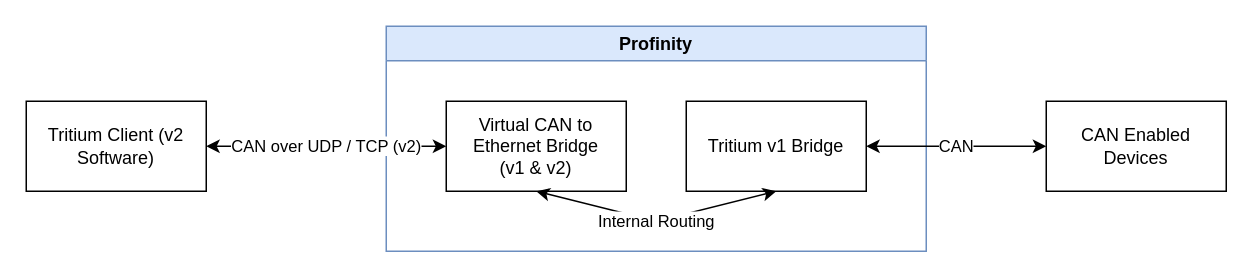
Earlier version of the draw.io diagram page "v1 to v2" (2 of 4) of assets/drawings/Virtual Adapter.drawio (Prohelion/prohelion.github.io). Source tidied: cells renumbered, new cells numbered last; positions are measured from the earlier drawing's top-left corner, leaving out a move shared by most shapes. Both pictures are drawn from the tidied source at 150%, with x=0, y=0 at pixel (26, 26).
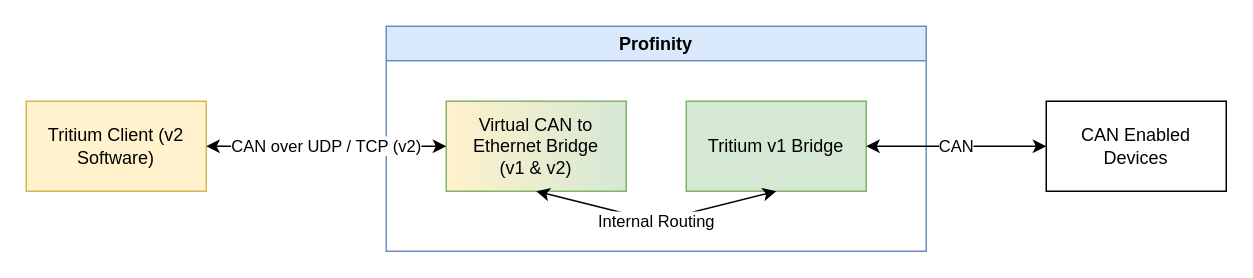
The same page after the edit.

Change to the diagram source:
```diff
@@
 <mxGraphModel>
   <root>
     <mxCell id="0" />
     <mxCell id="1" parent="0" />
     <mxCell id="2" value="Profinity" style="swimlane;fillColor=#dae8fc;strokeColor=#6c8ebf;rounded=0;" parent="1" vertex="1">
       <mxGeometry x="240" width="360" height="150" as="geometry" />
     </mxCell>
-    <mxCell id="3" value="Virtual CAN to Ethernet Bridge &lt;br&gt;(v1 &amp;amp; v2)" style="rounded=0;whiteSpace=wrap;html=1;" parent="2" vertex="1">
+    <mxCell id="3" value="Virtual CAN to Ethernet Bridge &lt;br&gt;(v1 &amp;amp; v2)" style="rounded=0;whiteSpace=wrap;html=1;gradientDirection=east;fillColor=#FFF2CC;strokeColor=#82b366;gradientColor=#D5E8D4;" parent="2" vertex="1">
       <mxGeometry x="40" y="50" width="120" height="60" as="geometry" />
     </mxCell>
-    <mxCell id="4" value="Tritium v1 Bridge" style="rounded=0;whiteSpace=wrap;html=1;" parent="2" vertex="1">
+    <mxCell id="4" value="Tritium v1 Bridge" style="rounded=0;whiteSpace=wrap;html=1;fillColor=#d5e8d4;strokeColor=#82b366;" parent="2" vertex="1">
       <mxGeometry x="200" y="50" width="120" height="60" as="geometry" />
     </mxCell>
     <mxCell id="5" value="Internal Routing" style="endArrow=classic;startArrow=classic;html=1;rounded=0;entryX=0.5;entryY=1;entryDx=0;entryDy=0;exitX=0.5;exitY=1;exitDx=0;exitDy=0;" parent="2" edge="1" source="3" target="4">
       <mxGeometry relative="1" as="geometry">
         <Array as="points">
           <mxPoint x="180" y="130" />
         </Array>
       </mxGeometry>
     </mxCell>
     <mxCell id="6" value="CAN Enabled Devices" style="rounded=0;whiteSpace=wrap;html=1;" parent="1" vertex="1">
       <mxGeometry x="680" y="50" width="120" height="60" as="geometry" />
     </mxCell>
     <mxCell id="7" value="CAN" style="endArrow=classic;startArrow=classic;html=1;rounded=0;entryX=0;entryY=0.5;entryDx=0;entryDy=0;exitX=1;exitY=0.5;exitDx=0;exitDy=0;" parent="1" edge="1" source="4" target="6">
       <mxGeometry relative="1" as="geometry" />
     </mxCell>
-    <mxCell id="8" value="Tritium Client (v2 Software)" style="rounded=0;whiteSpace=wrap;html=1;" parent="1" vertex="1">
+    <mxCell id="8" value="Tritium Client (v2 Software)" style="rounded=0;whiteSpace=wrap;html=1;fillColor=#fff2cc;strokeColor=#d6b656;" parent="1" vertex="1">
       <mxGeometry y="50" width="120" height="60" as="geometry" />
     </mxCell>
     <mxCell id="9" value="CAN over UDP / TCP (v2)" style="endArrow=classic;startArrow=classic;html=1;rounded=0;entryX=0;entryY=0.5;entryDx=0;entryDy=0;exitX=1;exitY=0.5;exitDx=0;exitDy=0;" parent="1" edge="1" source="8" target="3">
       <mxGeometry relative="1" as="geometry" />
     </mxCell>
   </root>
 </mxGraphModel>
```
